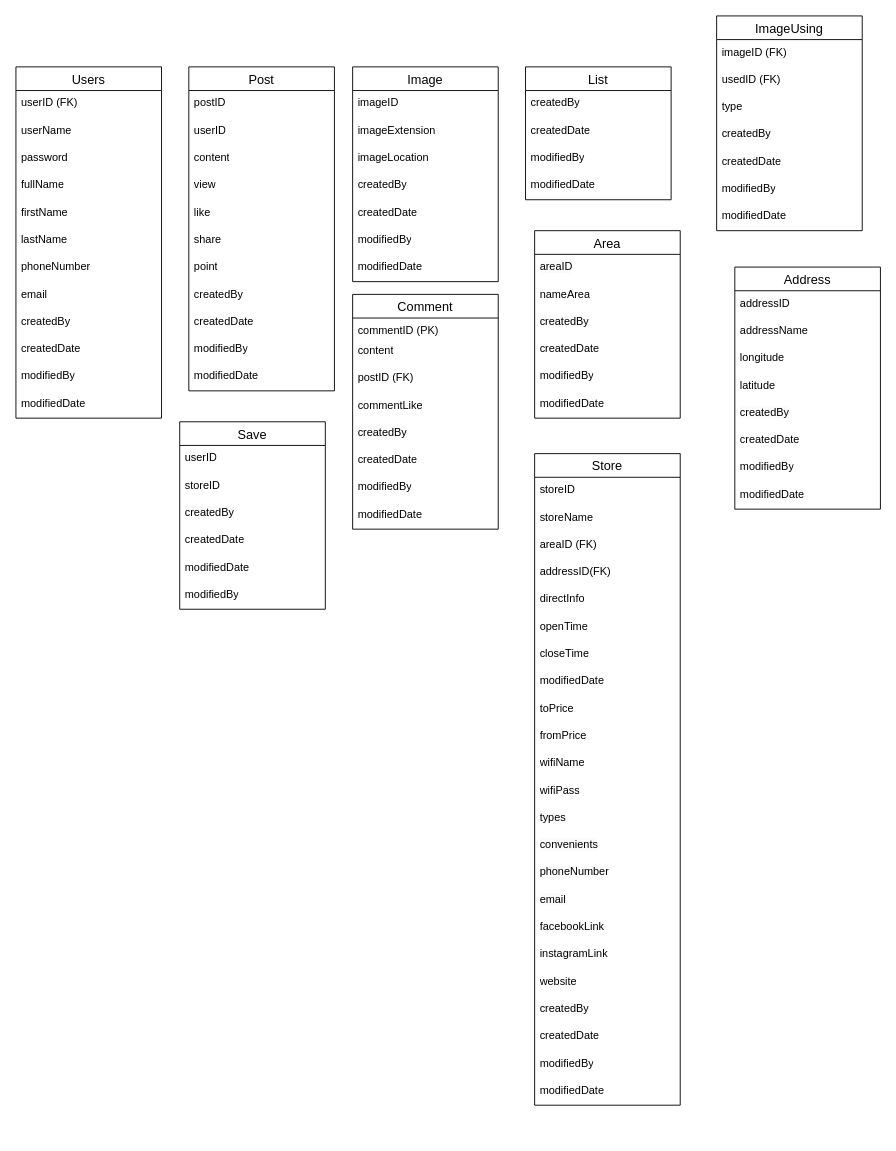
Above: Documentations/Database.drawio in MajinBuuNe-Ahihi/DATN (draw.io), before the change. Source tidied: cells renumbered, new cells numbered last; positions are measured from the earlier drawing's top-left corner, leaving out a move shared by most shapes. Both pictures are drawn from the tidied source at 91%, with x=0, y=0 at pixel (15, 15).
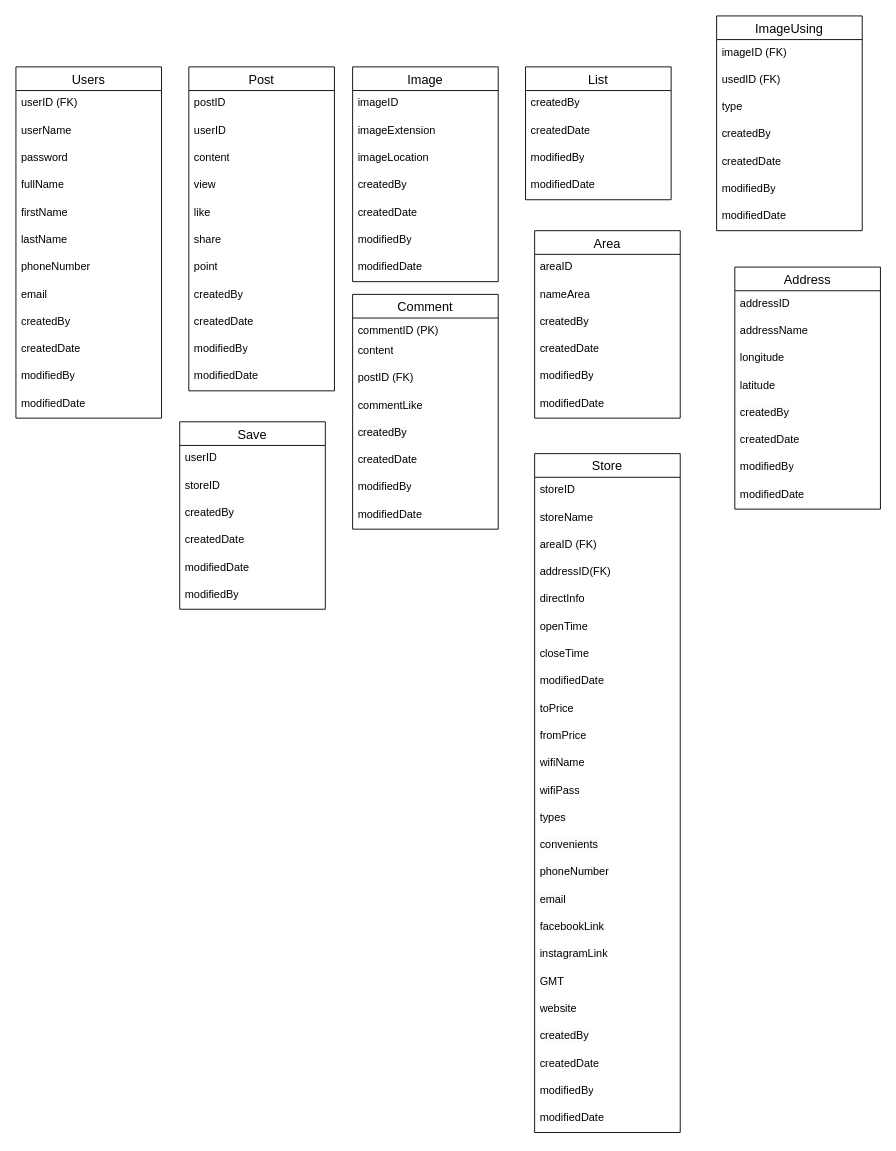
The same diagram, later.

The edit, as a diff of the source:
```diff
@@
     <mxCell id="80" value="Store" style="swimlane;fontStyle=0;horizontal=1;startSize=26;align=center;fontSize=14;" parent="1" vertex="1">
-      <mxGeometry x="570" y="481" width="160" height="716" as="geometry" />
+      <mxGeometry x="570" y="481" width="160" height="746" as="geometry" />
     </mxCell>
@@
+    <mxCell id="104" value="GMT" style="text;strokeColor=none;fillColor=none;spacingLeft=4;spacingRight=4;overflow=hidden;fontSize=12;whiteSpace=wrap;html=1;" parent="80" vertex="1">
+      <mxGeometry y="566" width="160" height="30" as="geometry" />
+    </mxCell>
     <mxCell id="99" value="website" style="text;strokeColor=none;fillColor=none;spacingLeft=4;spacingRight=4;overflow=hidden;fontSize=12;whiteSpace=wrap;html=1;" parent="80" vertex="1">
-      <mxGeometry y="566" width="160" height="30" as="geometry" />
+      <mxGeometry y="596" width="160" height="30" as="geometry" />
     </mxCell>
     <mxCell id="100" value="&lt;span style=&quot;color: rgb(0, 0, 0); font-family: Helvetica; font-size: 12px; font-style: normal; font-variant-ligatures: normal; font-variant-caps: normal; font-weight: 400; letter-spacing: normal; orphans: 2; text-align: left; text-indent: 0px; text-transform: none; white-space: normal; widows: 2; word-spacing: 0px; -webkit-text-stroke-width: 0px; background-color: rgb(251, 251, 251); text-decoration-thickness: initial; text-decoration-style: initial; text-decoration-color: initial; display: inline !important; float: none;&quot;&gt;createdBy&lt;/span&gt;" style="text;strokeColor=none;fillColor=none;spacingLeft=4;spacingRight=4;overflow=hidden;fontSize=12;whiteSpace=wrap;html=1;" parent="80" vertex="1">
-      <mxGeometry y="596" width="160" height="30" as="geometry" />
+      <mxGeometry y="626" width="160" height="30" as="geometry" />
     </mxCell>
     <mxCell id="101" value="createdDate" style="text;strokeColor=none;fillColor=none;spacingLeft=4;spacingRight=4;overflow=hidden;fontSize=12;whiteSpace=wrap;html=1;" parent="80" vertex="1">
-      <mxGeometry y="626" width="160" height="30" as="geometry" />
+      <mxGeometry y="656" width="160" height="30" as="geometry" />
     </mxCell>
     <mxCell id="102" value="modifiedBy" style="text;strokeColor=none;fillColor=none;spacingLeft=4;spacingRight=4;overflow=hidden;fontSize=12;whiteSpace=wrap;html=1;" parent="80" vertex="1">
-      <mxGeometry y="656" width="160" height="30" as="geometry" />
+      <mxGeometry y="686" width="160" height="30" as="geometry" />
     </mxCell>
     <mxCell id="103" value="modifiedDate" style="text;strokeColor=none;fillColor=none;spacingLeft=4;spacingRight=4;overflow=hidden;fontSize=12;whiteSpace=wrap;html=1;" parent="80" vertex="1">
-      <mxGeometry y="686" width="160" height="30" as="geometry" />
+      <mxGeometry y="716" width="160" height="30" as="geometry" />
     </mxCell>
```
